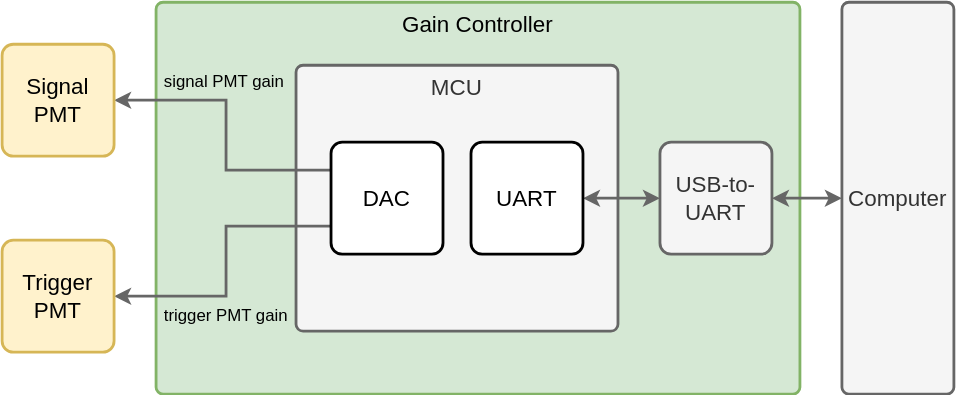
This is docs/system-architecture.svg from BMW-lab-MSU/wingbeat-modulation-lidar-pmt-gain-controller, a draw.io export, as it was before one commit. Source tidied: cells renumbered, new cells last; positions are measured from the earlier drawing's top-left corner, leaving out a move shared by most shapes.
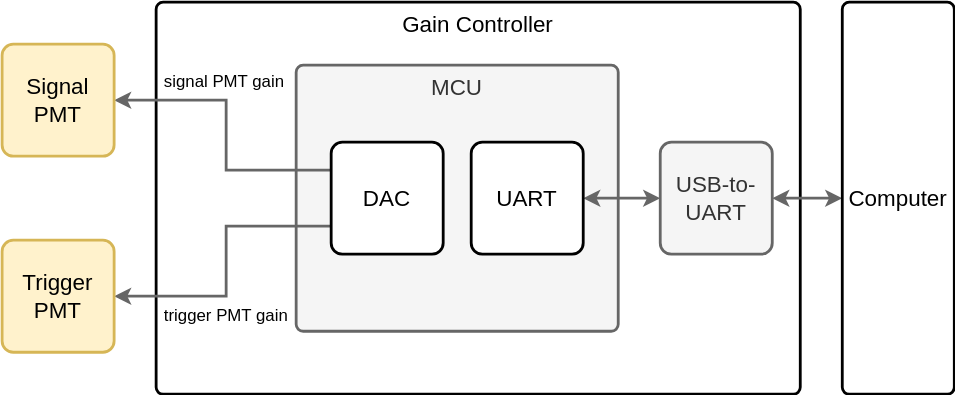
The same file after the commit.

What changed in the source:
```diff
@@ -2,7 +2,7 @@
   <root>
     <mxCell id="0" />
     <mxCell id="1" parent="0" />
-    <mxCell id="2" value="Gain Controller" style="rounded=1;whiteSpace=wrap;html=1;verticalAlign=top;strokeWidth=2;fontFamily=Helvetica;arcSize=10;fontSize=16;fontStyle=0;fillColor=#d5e8d4;strokeColor=#82b366;absoluteArcSize=1;" parent="1" vertex="1">
+    <mxCell id="2" value="Gain Controller" style="rounded=1;whiteSpace=wrap;html=1;verticalAlign=top;strokeWidth=2;fontFamily=Helvetica;arcSize=10;fontSize=16;fontStyle=0;absoluteArcSize=1;" parent="1" vertex="1">
       <mxGeometry x="110" width="460" height="280" as="geometry" />
     </mxCell>
     <mxCell id="3" value="MCU" style="rounded=1;whiteSpace=wrap;html=1;labelPosition=center;verticalLabelPosition=middle;align=center;verticalAlign=top;strokeWidth=2;fontFamily=Helvetica;arcSize=10;fontSize=16;fontStyle=0;fillColor=#f5f5f5;strokeColor=#666666;fontColor=#333333;absoluteArcSize=1;" parent="1" vertex="1">
@@ -17,7 +17,7 @@
     <mxCell id="6" style="edgeStyle=orthogonalEdgeStyle;rounded=0;jettySize=auto;html=1;exitX=0;exitY=0.5;exitDx=0;exitDy=0;entryX=1;entryY=0.5;entryDx=0;entryDy=0;labelBackgroundColor=none;startArrow=classic;startFill=1;strokeWidth=2;fontFamily=Helvetica;arcSize=10;fontSize=12;strokeColor=#666666;" parent="1" edge="1" source="7" target="5">
       <mxGeometry relative="1" as="geometry" />
     </mxCell>
-    <mxCell id="7" value="Computer" style="rounded=1;whiteSpace=wrap;html=1;strokeWidth=2;fontFamily=Helvetica;arcSize=10;fontSize=16;fontStyle=0;fillColor=#f5f5f5;fontColor=#333333;strokeColor=#666666;absoluteArcSize=1;" parent="1" vertex="1">
+    <mxCell id="7" value="Computer" style="rounded=1;whiteSpace=wrap;html=1;strokeWidth=2;fontFamily=Helvetica;arcSize=10;fontSize=16;fontStyle=0;absoluteArcSize=1;" parent="1" vertex="1">
       <mxGeometry x="600" width="80" height="280" as="geometry" />
     </mxCell>
     <mxCell id="8" value="signal PMT gain" style="edgeStyle=orthogonalEdgeStyle;rounded=0;jettySize=auto;html=1;exitX=0;exitY=0.25;exitDx=0;exitDy=0;startArrow=none;startFill=0;align=left;labelPosition=left;verticalLabelPosition=top;verticalAlign=bottom;spacingRight=4;labelBackgroundColor=none;spacingBottom=4;strokeWidth=2;fontFamily=Helvetica;arcSize=10;fontSize=12;strokeColor=#666666;spacingLeft=4;entryX=1;entryY=0.5;entryDx=0;entryDy=0;" parent="1" edge="1" source="10" target="12">
```
